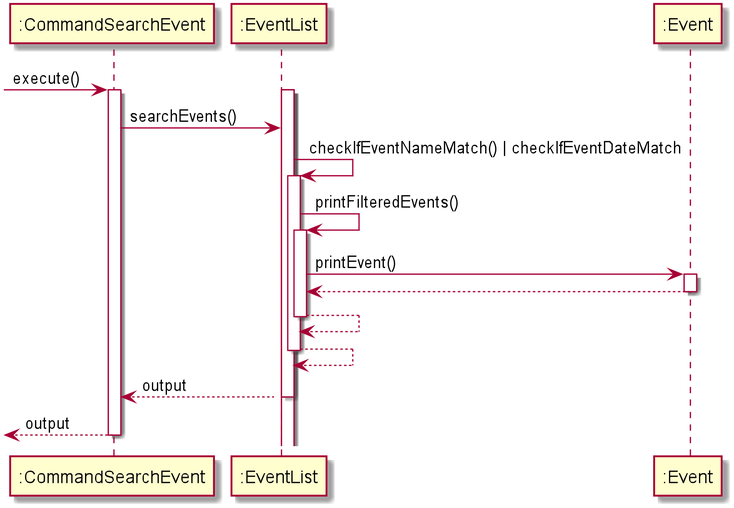
Above: docs/EventDiagram/SequenceDiagram/CommandSearchEvent.png in nus-cs2113-AY2021S1/tp (PlantUML), before the change. Its diagram source:
```plantuml
@startuml
 -> ":CommandSearchEvent" : execute()

activate ":CommandSearchEvent"
activate ":EventList"
activate ":EventList"
":CommandSearchEvent" -> ":EventList":searchEvents()

":EventList" -> ":EventList" : checkIfEventNameMatch() | checkIfEventDateMatch
activate ":EventList"
":EventList" -> ":EventList" : printFilteredEvents()
activate ":EventList"
":EventList" -> ":Event" : printEvent()
activate ":Event"
":EventList" <-- ":Event"
deactivate ":Event"
return
return
":CommandSearchEvent" <-- ":EventList" : output
deactivate ":EventList"
return output
deactivate ":CommandSearchEvent"



@enduml
```
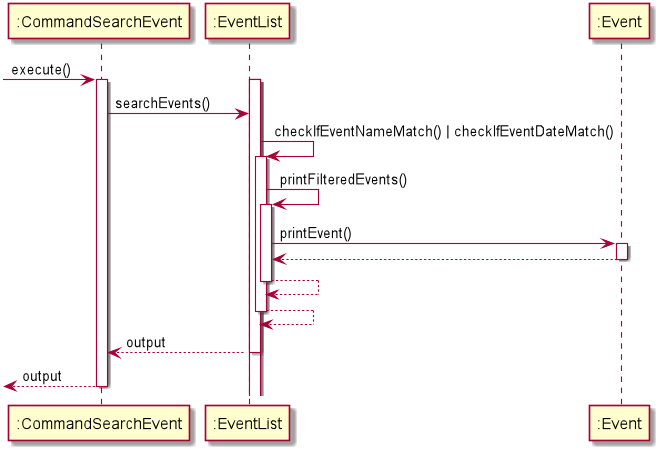
The same diagram one commit later.

Diff of the diagram source:
```diff
@@ -6,7 +6,7 @@
 activate ":EventList"
 ":CommandSearchEvent" -> ":EventList":searchEvents()
 
-":EventList" -> ":EventList" : checkIfEventNameMatch() | checkIfEventDateMatch
+":EventList" -> ":EventList" : checkIfEventNameMatch() | checkIfEventDateMatch()
 activate ":EventList"
 ":EventList" -> ":EventList" : printFilteredEvents()
 activate ":EventList"
```
